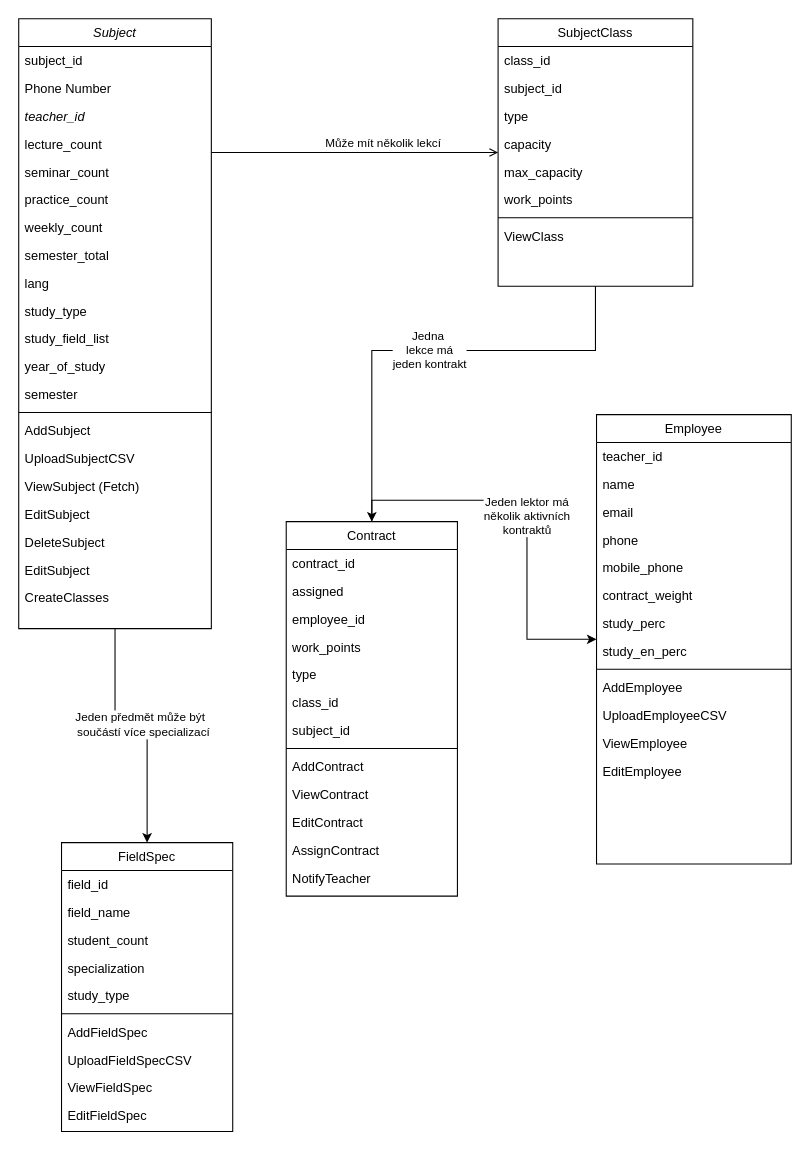
Earlier version of the draw.io diagram preparation/UTBproject.drawio (zisito/utbpo). Source tidied: cells renumbered, new cells numbered last; positions are measured from the earlier drawing's top-left corner, leaving out a move shared by most shapes. Both pictures are drawn from the tidied source at 107%, with x=0, y=0 at pixel (18, 18).
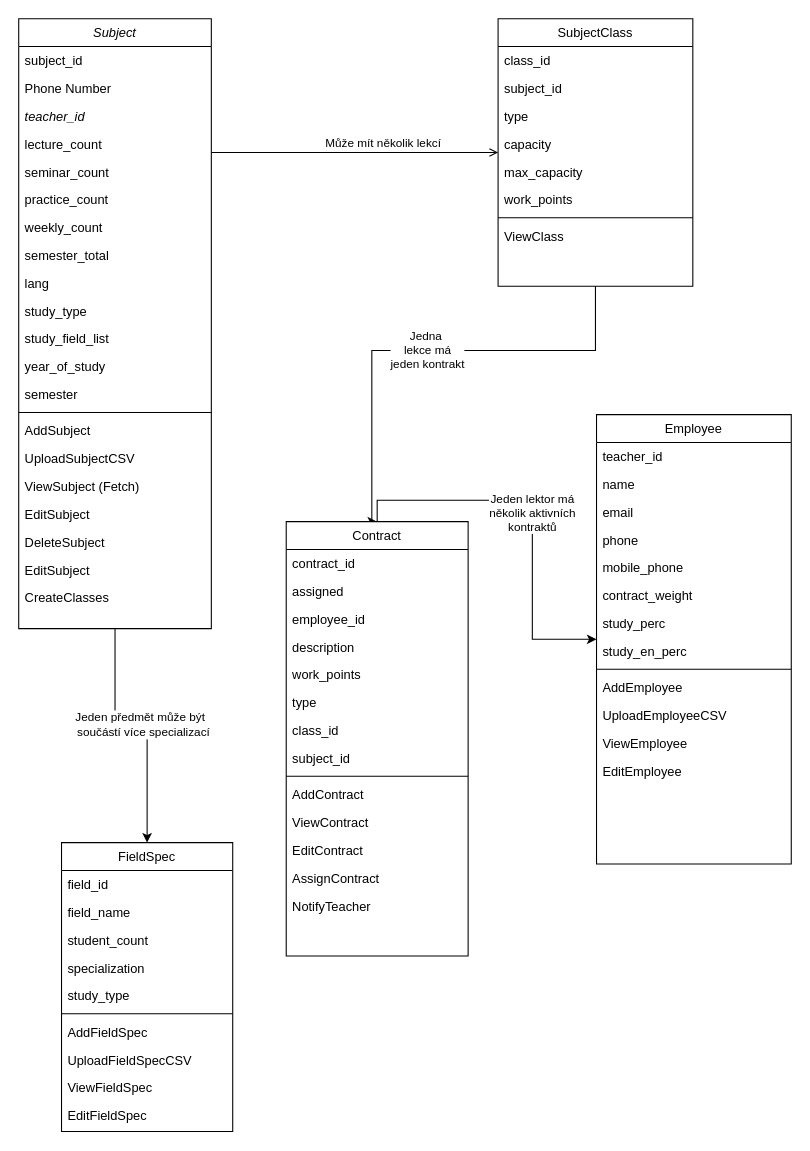
The same diagram, later.

Diff of the diagram source:
```diff
@@
     <mxCell id="63" value="Contract" style="swimlane;fontStyle=0;align=center;verticalAlign=top;horizontal=1;startSize=26;rounded=0;shadow=0;strokeWidth=1;" parent="1" vertex="1">
-      <mxGeometry x="250" y="470" width="160" height="350" as="geometry" />
+      <mxGeometry x="250" y="470" width="170" height="406" as="geometry" />
     </mxCell>
     <mxCell id="64" value="contract_id" style="text;align=left;verticalAlign=top;spacingLeft=4;spacingRight=4;overflow=hidden;" parent="63" vertex="1">
-      <mxGeometry y="26" width="160" height="26" as="geometry" />
+      <mxGeometry y="26" width="170" height="26" as="geometry" />
     </mxCell>
     <mxCell id="65" value="assigned" style="text;align=left;verticalAlign=top;spacingLeft=4;spacingRight=4;overflow=hidden;rounded=0;shadow=0;html=0;" parent="63" vertex="1">
-      <mxGeometry y="52" width="160" height="26" as="geometry" />
+      <mxGeometry y="52" width="170" height="26" as="geometry" />
     </mxCell>
     <mxCell id="66" value="employee_id" style="text;align=left;verticalAlign=top;spacingLeft=4;spacingRight=4;overflow=hidden;" parent="63" vertex="1">
-      <mxGeometry y="78" width="160" height="26" as="geometry" />
+      <mxGeometry y="78" width="170" height="26" as="geometry" />
     </mxCell>
+    <mxCell id="78" value="description" style="text;align=left;verticalAlign=top;spacingLeft=4;spacingRight=4;overflow=hidden;" parent="63" vertex="1">
+      <mxGeometry y="104" width="170" height="26" as="geometry" />
+    </mxCell>
     <mxCell id="67" value="work_points" style="text;align=left;verticalAlign=top;spacingLeft=4;spacingRight=4;overflow=hidden;" parent="63" vertex="1">
-      <mxGeometry y="104" width="160" height="26" as="geometry" />
+      <mxGeometry y="130" width="170" height="26" as="geometry" />
     </mxCell>
     <mxCell id="68" value="type" style="text;align=left;verticalAlign=top;spacingLeft=4;spacingRight=4;overflow=hidden;" parent="63" vertex="1">
-      <mxGeometry y="130" width="160" height="26" as="geometry" />
+      <mxGeometry y="156" width="170" height="26" as="geometry" />
     </mxCell>
     <mxCell id="69" value="class_id" style="text;align=left;verticalAlign=top;spacingLeft=4;spacingRight=4;overflow=hidden;" parent="63" vertex="1">
-      <mxGeometry y="156" width="160" height="26" as="geometry" />
+      <mxGeometry y="182" width="170" height="26" as="geometry" />
     </mxCell>
     <mxCell id="70" value="subject_id" style="text;align=left;verticalAlign=top;spacingLeft=4;spacingRight=4;overflow=hidden;" parent="63" vertex="1">
-      <mxGeometry y="182" width="160" height="26" as="geometry" />
+      <mxGeometry y="208" width="170" height="26" as="geometry" />
     </mxCell>
     <mxCell id="71" style="line;html=1;strokeWidth=1;align=left;verticalAlign=middle;spacingTop=-1;spacingLeft=3;spacingRight=3;labelPosition=right;" parent="63" vertex="1">
-      <mxGeometry y="208" width="160" height="8" as="geometry" />
+      <mxGeometry y="234" width="170" height="8" as="geometry" />
     </mxCell>
     <mxCell id="72" value="AddContract" style="text;align=left;verticalAlign=top;spacingLeft=4;spacingRight=4;overflow=hidden;" parent="63" vertex="1">
-      <mxGeometry y="216" width="160" height="26" as="geometry" />
+      <mxGeometry y="242" width="170" height="26" as="geometry" />
     </mxCell>
     <mxCell id="73" value="ViewContract" style="text;align=left;verticalAlign=top;spacingLeft=4;spacingRight=4;overflow=hidden;" parent="63" vertex="1">
-      <mxGeometry y="242" width="160" height="26" as="geometry" />
+      <mxGeometry y="268" width="170" height="26" as="geometry" />
     </mxCell>
     <mxCell id="74" value="EditContract" style="text;align=left;verticalAlign=top;spacingLeft=4;spacingRight=4;overflow=hidden;" parent="63" vertex="1">
-      <mxGeometry y="268" width="160" height="26" as="geometry" />
+      <mxGeometry y="294" width="170" height="26" as="geometry" />
     </mxCell>
     <mxCell id="75" value="AssignContract" style="text;align=left;verticalAlign=top;spacingLeft=4;spacingRight=4;overflow=hidden;" parent="63" vertex="1">
-      <mxGeometry y="294" width="160" height="26" as="geometry" />
+      <mxGeometry y="320" width="170" height="26" as="geometry" />
     </mxCell>
     <mxCell id="76" value="NotifyTeacher" style="text;align=left;verticalAlign=top;spacingLeft=4;spacingRight=4;overflow=hidden;" parent="63" vertex="1">
-      <mxGeometry y="320" width="160" height="26" as="geometry" />
+      <mxGeometry y="346" width="170" height="60" as="geometry" />
     </mxCell>
```
